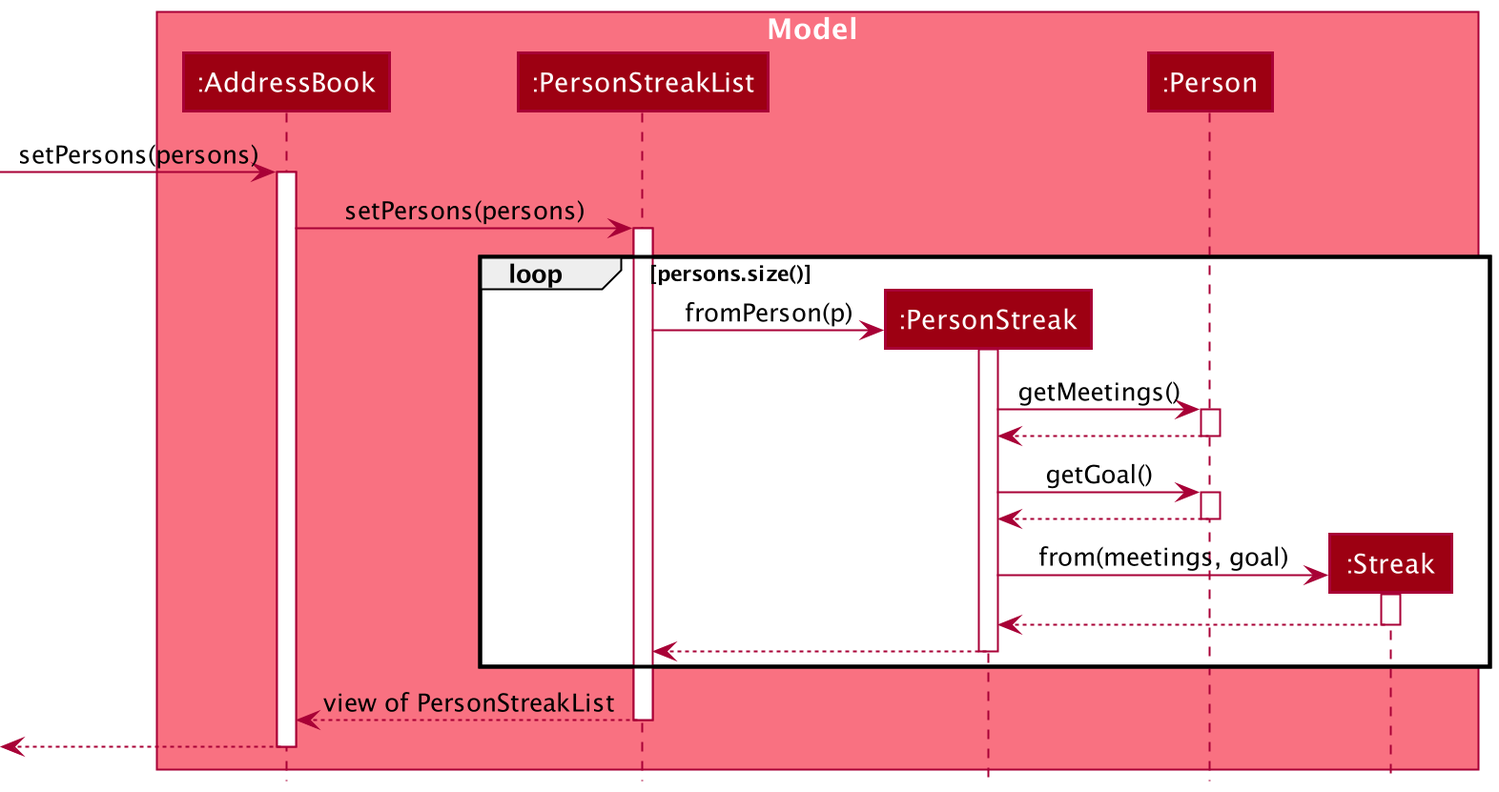
Earlier version of the PlantUML export docs/images/InitStreaksDashboardSequenceDiagram.png (nus-cs2103-AY2021S2/tp). The source it was exported from:
```plantuml
@startuml
!include style.puml

autoactivate on

box Model MODEL_COLOR_T1
participant ":AddressBook" as AddressBook MODEL_COLOR
participant ":PersonStreakList" as PersonStreakList MODEL_COLOR
participant ":PersonStreak" as PersonStreak MODEL_COLOR
participant ":Person" as Person MODEL_COLOR
participant ":Streak" as Streak MODEL_COLOR
end box

[-> AddressBook : setPersons(persons)

AddressBook -> PersonStreakList : setPersons(persons)

loop persons.size()
    create PersonStreak
    PersonStreakList -> PersonStreak : fromPerson(p)

    PersonStreak -> Person : getMeetings()
    Person --> PersonStreak

    PersonStreak -> Person : getGoal()
    Person --> PersonStreak

    create Streak
    PersonStreak -> Streak : from(meetings, goal)
    Streak --> PersonStreak

    PersonStreak --> PersonStreakList
end

PersonStreakList --> AddressBook : view of PersonStreakList

[<-- AddressBook

@enduml
```
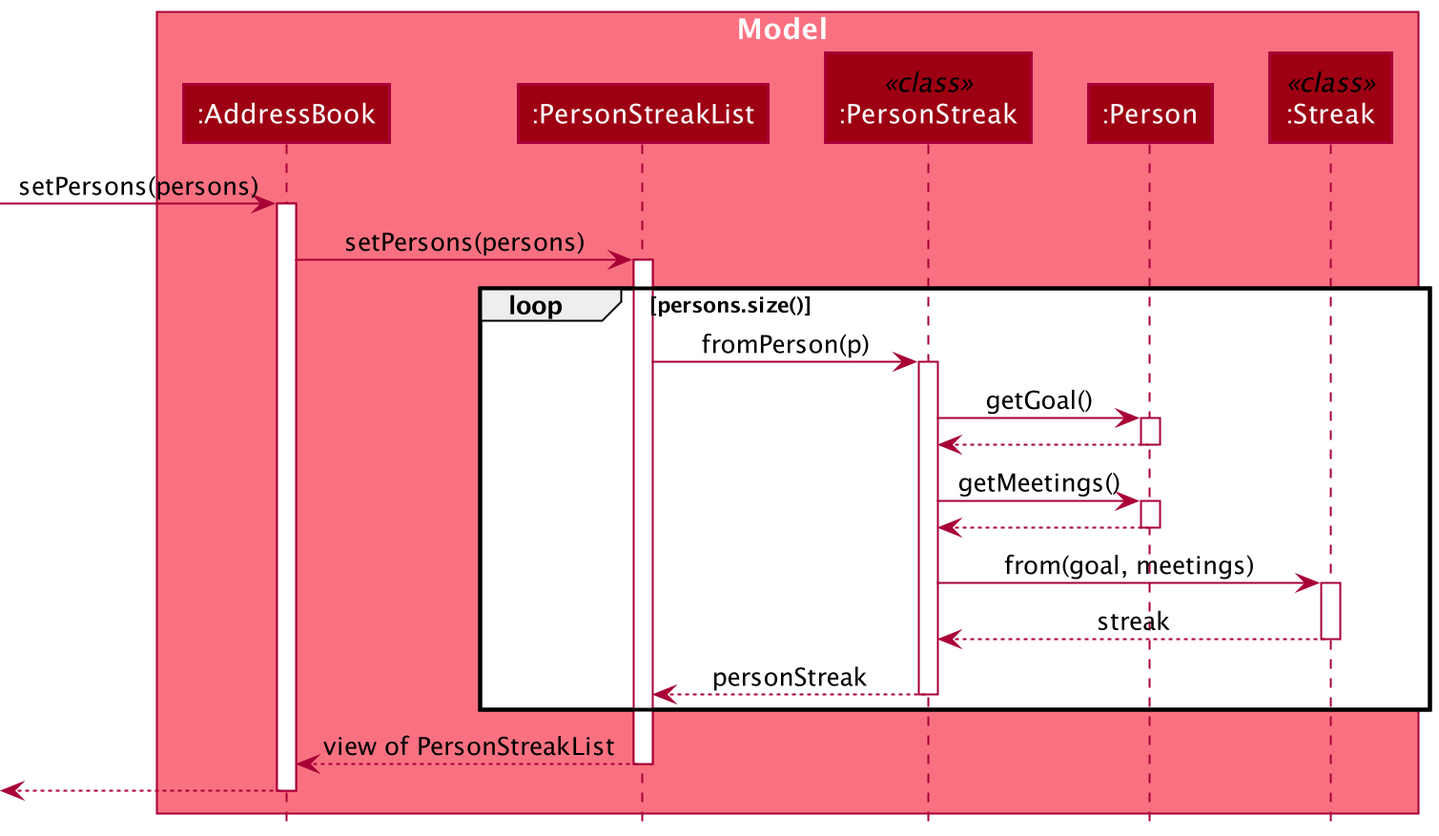
Above is the later version.

Commit message:
Update diagrams and fix PR comments

What changed in the source:
```diff
@@ -6,9 +6,9 @@
 box Model MODEL_COLOR_T1
 participant ":AddressBook" as AddressBook MODEL_COLOR
 participant ":PersonStreakList" as PersonStreakList MODEL_COLOR
-participant ":PersonStreak" as PersonStreak MODEL_COLOR
+participant ":PersonStreak" as PersonStreak <<class>> MODEL_COLOR
 participant ":Person" as Person MODEL_COLOR
-participant ":Streak" as Streak MODEL_COLOR
+participant ":Streak" as Streak <<class>> MODEL_COLOR
 end box
 
 [-> AddressBook : setPersons(persons)
@@ -16,20 +16,18 @@
 AddressBook -> PersonStreakList : setPersons(persons)
 
 loop persons.size()
-    create PersonStreak
     PersonStreakList -> PersonStreak : fromPerson(p)
+
+    PersonStreak -> Person : getGoal()
+    Person --> PersonStreak
 
     PersonStreak -> Person : getMeetings()
     Person --> PersonStreak
 
-    PersonStreak -> Person : getGoal()
-    Person --> PersonStreak
+    PersonStreak -> Streak : from(goal, meetings)
+    Streak --> PersonStreak : streak
 
-    create Streak
-    PersonStreak -> Streak : from(meetings, goal)
-    Streak --> PersonStreak
-
-    PersonStreak --> PersonStreakList
+    PersonStreak --> PersonStreakList : personStreak
 end
 
 PersonStreakList --> AddressBook : view of PersonStreakList
```
